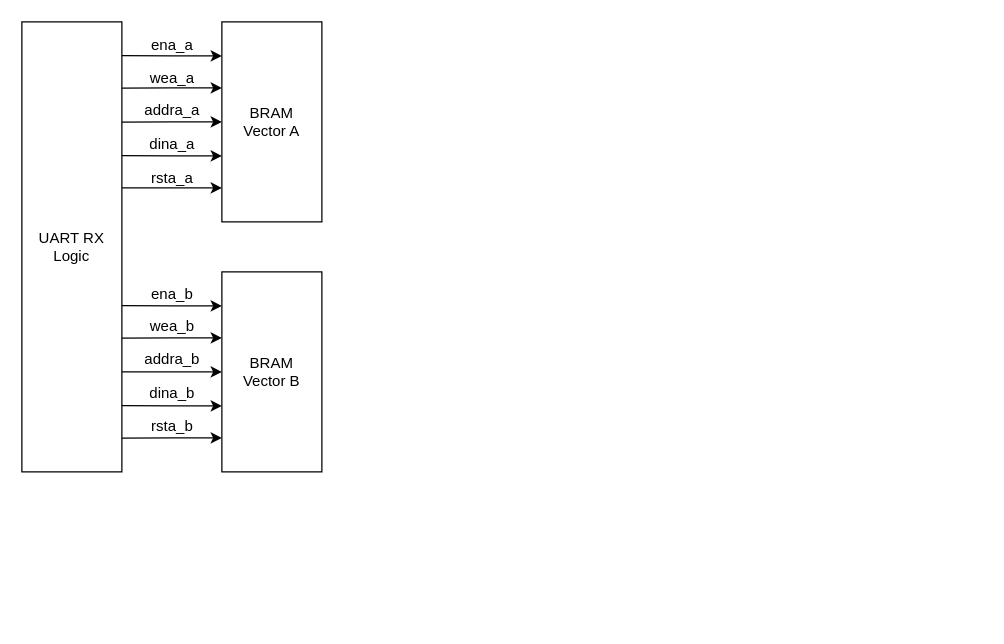
Earlier version of the draw.io diagram vector_coprocessor.drawio (Grimrist/vector_coprocessor). Source tidied: cells renumbered, new cells numbered last; positions are measured from the earlier drawing's top-left corner, leaving out a move shared by most shapes. Both pictures are drawn from the tidied source at 125%, with x=0, y=0 at pixel (21, 21).
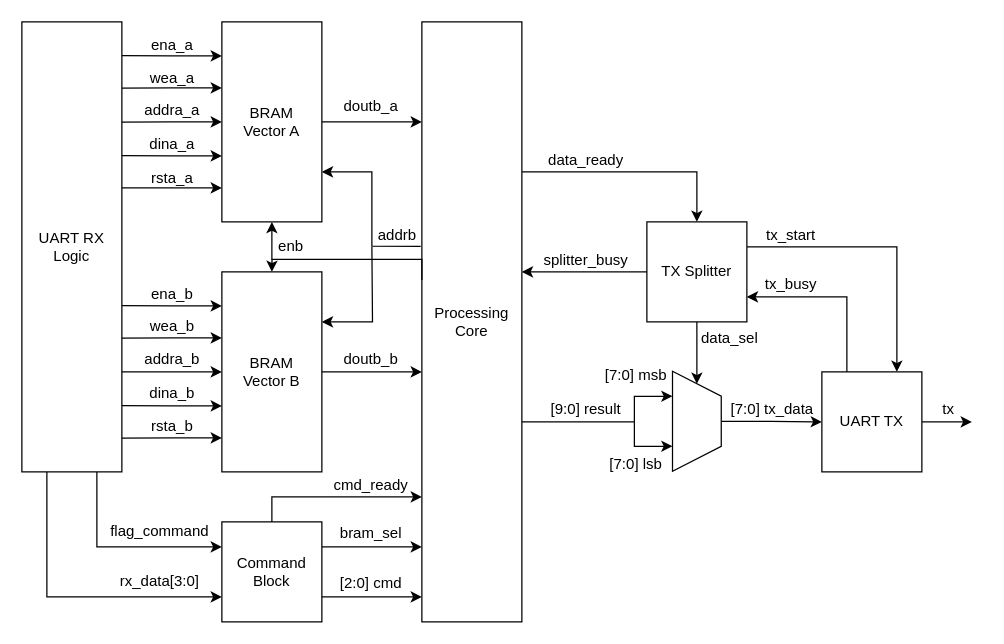
Above is the later version.

Commit message:
Update top module diagram

The change refers to these unchanged cells:
```xml
<mxCell id="2" value="BRAM&lt;div&gt;Vector A&lt;/div&gt;" style="rounded=0;whiteSpace=wrap;html=1;points=[[0,0,0,0,0],[0,0.17,0,0,0],[0,0.33,0,0,0],[0,0.5,0,0,0],[0,0.67,0,0,0],[0,0.83,0,0,0],[0,1,0,0,0],[0.25,0,0,0,0],[0.25,1,0,0,0],[0.5,0,0,0,0],[0.5,1,0,0,0],[0.75,0,0,0,0],[0.75,1,0,0,0],[1,0,0,0,0],[1,0.25,0,0,0],[1,0.5,0,0,0],[1,0.75,0,0,0],[1,1,0,0,0]];" parent="1" vertex="1">
  <mxGeometry x="160" width="80" height="160" as="geometry" />
</mxCell>
<mxCell id="3" value="UART RX Logic" style="rounded=0;whiteSpace=wrap;html=1;points=[[0,0,0,0,0],[0,0.25,0,0,0],[0,0.5,0,0,0],[0,0.75,0,0,0],[0,1,0,0,0],[0.25,0,0,0,0],[0.25,1,0,0,0],[0.5,0,0,0,0],[0.5,1,0,0,0],[0.75,0,0,0,0],[0.75,1,0,0,0],[1,0,0,0,0],[1,0.13,0,0,0],[1,0.25,0,0,0],[1,0.38,0,0,0],[1,0.5,0,0,0],[1,0.63,0,0,0],[1,0.75,0,0,0],[1,0.88,0,0,0],[1,1,0,0,0]];" parent="1" vertex="1">
  <mxGeometry width="80" height="360" as="geometry" />
</mxCell>
<mxCell id="14" value="BRAM&lt;div&gt;Vector B&lt;/div&gt;" style="rounded=0;whiteSpace=wrap;html=1;points=[[0,0,0,0,0],[0,0.17,0,0,0],[0,0.33,0,0,0],[0,0.5,0,0,0],[0,0.67,0,0,0],[0,0.83,0,0,0],[0,1,0,0,0],[0.25,0,0,0,0],[0.25,1,0,0,0],[0.5,0,0,0,0],[0.5,1,0,0,0],[0.75,0,0,0,0],[0.75,1,0,0,0],[1,0,0,0,0],[1,0.25,0,0,0],[1,0.5,0,0,0],[1,0.75,0,0,0],[1,1,0,0,0]];" parent="1" vertex="1">
  <mxGeometry x="160" y="200" width="80" height="160" as="geometry" />
</mxCell>
```

What changed in the source:
```diff
@@
+    <mxCell id="25" style="edgeStyle=orthogonalEdgeStyle;rounded=0;jettySize=auto;html=1;exitX=0.75;exitY=1;exitDx=0;exitDy=0;exitPerimeter=0;entryX=0;entryY=0.25;entryDx=0;entryDy=0;" parent="1" edge="1" source="3" target="29">
+      <mxGeometry relative="1" as="geometry" />
+    </mxCell>
+    <mxCell id="26" style="edgeStyle=orthogonalEdgeStyle;rounded=0;jettySize=auto;html=1;exitX=0.25;exitY=1;exitDx=0;exitDy=0;exitPerimeter=0;entryX=0;entryY=0.75;entryDx=0;entryDy=0;" parent="1" edge="1" source="3" target="29">
+      <mxGeometry relative="1" as="geometry" />
+    </mxCell>
@@
+    <mxCell id="27" style="edgeStyle=orthogonalEdgeStyle;rounded=0;jettySize=auto;html=1;exitX=1;exitY=0.25;exitDx=0;exitDy=0;exitPerimeter=0;endArrow=none;endFill=0;startArrow=classic;startFill=1;" parent="1" edge="1" source="14">
+      <mxGeometry relative="1" as="geometry">
+        <mxPoint x="280" y="180" as="targetPoint" />
+      </mxGeometry>
+    </mxCell>
+    <mxCell id="28" style="edgeStyle=orthogonalEdgeStyle;rounded=0;jettySize=auto;html=1;exitX=0.5;exitY=0;exitDx=0;exitDy=0;exitPerimeter=0;endArrow=none;endFill=0;startArrow=classic;startFill=1;" parent="1" edge="1" source="14">
+      <mxGeometry relative="1" as="geometry">
+        <mxPoint x="200.1" y="190" as="targetPoint" />
+      </mxGeometry>
+    </mxCell>
@@
+    <mxCell id="29" value="Command Block" style="rounded=0;whiteSpace=wrap;html=1;" parent="1" vertex="1">
+      <mxGeometry x="160" y="400" width="80" height="80" as="geometry" />
+    </mxCell>
+    <mxCell id="30" value="flag_command" style="text;html=1;align=center;verticalAlign=middle;strokeColor=none;fillColor=none;" parent="1" vertex="1">
+      <mxGeometry x="55" y="393" width="110" height="30" as="geometry" />
+    </mxCell>
+    <mxCell id="31" value="rx_data[3:0]" style="text;html=1;align=center;verticalAlign=middle;strokeColor=none;fillColor=none;" parent="1" vertex="1">
+      <mxGeometry x="65" y="433" width="90" height="30" as="geometry" />
+    </mxCell>
+    <mxCell id="32" style="edgeStyle=orthogonalEdgeStyle;rounded=0;jettySize=auto;html=1;exitX=1;exitY=0.25;exitDx=0;exitDy=0;exitPerimeter=0;entryX=0.5;entryY=0;entryDx=0;entryDy=0;" parent="1" edge="1" source="33" target="48">
+      <mxGeometry relative="1" as="geometry">
+        <Array as="points">
+          <mxPoint x="540" y="120" />
+        </Array>
+      </mxGeometry>
+    </mxCell>
+    <mxCell id="33" value="Processing Core" style="rounded=0;whiteSpace=wrap;html=1;points=[[0,0,0,0,0],[0,0.14,0,0,0],[0,0.29,0,0,0],[0,0.43,0,0,0],[0,0.57,0,0,0],[0,0.71,0,0,0],[0,0.86,0,0,0],[0,1,0,0,0],[0.25,0,0,0,0],[0.25,1,0,0,0],[0.5,0,0,0,0],[0.5,1,0,0,0],[0.75,0,0,0,0],[0.75,1,0,0,0],[1,0,0,0,0],[1,0.25,0,0,0],[1,0.5,0,0,0],[1,0.75,0,0,0],[1,1,0,0,0]];" parent="1" vertex="1">
+      <mxGeometry x="320" width="80" height="480" as="geometry" />
+    </mxCell>
+    <mxCell id="34" value="doutb_a" style="text;html=1;align=center;verticalAlign=middle;strokeColor=none;fillColor=none;" parent="1" vertex="1">
+      <mxGeometry x="244" y="53" width="70" height="30" as="geometry" />
+    </mxCell>
+    <mxCell id="35" value="doutb_b" style="text;html=1;align=center;verticalAlign=middle;strokeColor=none;fillColor=none;" parent="1" vertex="1">
+      <mxGeometry x="244" y="255" width="70" height="30" as="geometry" />
+    </mxCell>
+    <mxCell id="36" style="edgeStyle=orthogonalEdgeStyle;rounded=0;jettySize=auto;html=1;exitX=1;exitY=0.75;exitDx=0;exitDy=0;" parent="1" edge="1" source="29">
+      <mxGeometry relative="1" as="geometry">
+        <mxPoint x="320" y="460" as="targetPoint" />
+      </mxGeometry>
+    </mxCell>
+    <mxCell id="37" style="edgeStyle=orthogonalEdgeStyle;rounded=0;jettySize=auto;html=1;exitX=1;exitY=0.25;exitDx=0;exitDy=0;" parent="1" edge="1" source="29">
+      <mxGeometry relative="1" as="geometry">
+        <mxPoint x="320" y="420" as="targetPoint" />
+      </mxGeometry>
+    </mxCell>
+    <mxCell id="38" value="[2:0] cmd" style="text;html=1;align=center;verticalAlign=middle;strokeColor=none;fillColor=none;" parent="1" vertex="1">
+      <mxGeometry x="239" y="434" width="80" height="30" as="geometry" />
+    </mxCell>
+    <mxCell id="39" value="bram_sel" style="text;html=1;align=center;verticalAlign=middle;strokeColor=none;fillColor=none;" parent="1" vertex="1">
+      <mxGeometry x="244" y="394" width="70" height="30" as="geometry" />
+    </mxCell>
+    <mxCell id="40" style="edgeStyle=orthogonalEdgeStyle;rounded=0;jettySize=auto;html=1;" parent="1" edge="1" source="14">
+      <mxGeometry relative="1" as="geometry">
+        <mxPoint x="320" y="280" as="targetPoint" />
+      </mxGeometry>
+    </mxCell>
+    <mxCell id="41" style="edgeStyle=orthogonalEdgeStyle;rounded=0;jettySize=auto;html=1;" parent="1" edge="1" source="2">
+      <mxGeometry relative="1" as="geometry">
+        <mxPoint x="320" y="80" as="targetPoint" />
+      </mxGeometry>
+    </mxCell>
+    <mxCell id="42" style="edgeStyle=orthogonalEdgeStyle;rounded=0;jettySize=auto;html=1;exitX=1;exitY=0.75;exitDx=0;exitDy=0;exitPerimeter=0;entryX=-0.012;entryY=0.374;entryDx=0;entryDy=0;entryPerimeter=0;startArrow=classic;startFill=1;endArrow=none;endFill=0;" parent="1" edge="1" source="2" target="33">
+      <mxGeometry relative="1" as="geometry" />
+    </mxCell>
+    <mxCell id="43" value="addrb" style="text;html=1;align=center;verticalAlign=middle;strokeColor=none;fillColor=none;" parent="1" vertex="1">
+      <mxGeometry x="270" y="156" width="60" height="30" as="geometry" />
+    </mxCell>
+    <mxCell id="44" style="edgeStyle=orthogonalEdgeStyle;rounded=0;jettySize=auto;html=1;exitX=0;exitY=0.43;exitDx=0;exitDy=0;exitPerimeter=0;entryX=0.5;entryY=1;entryDx=0;entryDy=0;entryPerimeter=0;" parent="1" edge="1" source="33" target="2">
+      <mxGeometry relative="1" as="geometry">
+        <Array as="points">
+          <mxPoint x="320" y="190" />
+          <mxPoint x="200" y="190" />
+        </Array>
+      </mxGeometry>
+    </mxCell>
+    <mxCell id="45" value="enb" style="text;html=1;align=center;verticalAlign=middle;strokeColor=none;fillColor=none;" parent="1" vertex="1">
+      <mxGeometry x="190" y="165" width="50" height="30" as="geometry" />
+    </mxCell>
+    <mxCell id="46" style="edgeStyle=orthogonalEdgeStyle;rounded=0;jettySize=auto;html=1;entryX=0;entryY=0.5;entryDx=0;entryDy=0;" parent="1" edge="1" source="48" target="55">
+      <mxGeometry relative="1" as="geometry" />
+    </mxCell>
+    <mxCell id="47" style="edgeStyle=orthogonalEdgeStyle;rounded=0;jettySize=auto;html=1;entryX=0.75;entryY=0;entryDx=0;entryDy=0;exitX=1;exitY=0.25;exitDx=0;exitDy=0;" parent="1" edge="1" source="48" target="51">
+      <mxGeometry relative="1" as="geometry" />
+    </mxCell>
+    <mxCell id="48" value="TX Splitter" style="rounded=0;whiteSpace=wrap;html=1;" parent="1" vertex="1">
+      <mxGeometry x="500" y="160" width="80" height="80" as="geometry" />
+    </mxCell>
+    <mxCell id="49" style="edgeStyle=orthogonalEdgeStyle;rounded=0;jettySize=auto;html=1;" parent="1" edge="1" source="51">
+      <mxGeometry relative="1" as="geometry">
+        <mxPoint x="760" y="320" as="targetPoint" />
+      </mxGeometry>
+    </mxCell>
+    <mxCell id="50" style="edgeStyle=orthogonalEdgeStyle;rounded=0;jettySize=auto;html=1;exitX=0.25;exitY=0;exitDx=0;exitDy=0;entryX=1;entryY=0.75;entryDx=0;entryDy=0;" parent="1" edge="1" source="51" target="48">
+      <mxGeometry relative="1" as="geometry" />
+    </mxCell>
+    <mxCell id="51" value="UART TX" style="rounded=0;whiteSpace=wrap;html=1;" parent="1" vertex="1">
+      <mxGeometry x="640" y="280" width="80" height="80" as="geometry" />
+    </mxCell>
+    <mxCell id="52" style="edgeStyle=orthogonalEdgeStyle;rounded=0;jettySize=auto;html=1;entryX=0;entryY=0.5;entryDx=0;entryDy=0;" parent="1" edge="1" source="55" target="51">
+      <mxGeometry relative="1" as="geometry" />
+    </mxCell>
+    <mxCell id="53" style="edgeStyle=orthogonalEdgeStyle;rounded=0;jettySize=auto;html=1;exitX=0.25;exitY=1;exitDx=0;exitDy=0;endArrow=none;endFill=0;startArrow=classic;startFill=1;" parent="1" edge="1" source="55">
+      <mxGeometry relative="1" as="geometry">
+        <mxPoint x="490" y="320" as="targetPoint" />
+      </mxGeometry>
+    </mxCell>
+    <mxCell id="54" style="edgeStyle=orthogonalEdgeStyle;rounded=0;jettySize=auto;html=1;exitX=0.75;exitY=1;exitDx=0;exitDy=0;endArrow=none;endFill=0;startArrow=classic;startFill=1;" parent="1" edge="1" source="55">
+      <mxGeometry relative="1" as="geometry">
+        <mxPoint x="490" y="320" as="targetPoint" />
+      </mxGeometry>
+    </mxCell>
+    <mxCell id="55" style="shape=trapezoid;perimeter=trapezoidPerimeter;whiteSpace=wrap;html=1;fixedSize=1;rotation=90;" parent="1" vertex="1">
+      <mxGeometry x="500" y="300" width="80" height="39" as="geometry" />
+    </mxCell>
+    <mxCell id="56" style="edgeStyle=orthogonalEdgeStyle;rounded=0;orthogonalLoop=1;jettySize=auto;html=1;endArrow=none;endFill=0;startArrow=none;startFill=0;" parent="1" edge="1">
+      <mxGeometry relative="1" as="geometry">
+        <mxPoint x="490" y="320" as="sourcePoint" />
+        <mxPoint x="400" y="320" as="targetPoint" />
+      </mxGeometry>
+    </mxCell>
+    <mxCell id="57" value="[9:0] result" style="text;html=1;align=center;verticalAlign=middle;strokeColor=none;fillColor=none;" parent="1" vertex="1">
+      <mxGeometry x="411" y="295" width="80" height="30" as="geometry" />
+    </mxCell>
+    <mxCell id="58" value="[7:0] msb" style="text;html=1;align=center;verticalAlign=middle;strokeColor=none;fillColor=none;" parent="1" vertex="1">
+      <mxGeometry x="451" y="268" width="80" height="30" as="geometry" />
+    </mxCell>
+    <mxCell id="59" value="[7:0] lsb" style="text;html=1;align=center;verticalAlign=middle;strokeColor=none;fillColor=none;" parent="1" vertex="1">
+      <mxGeometry x="456" y="339" width="70" height="30" as="geometry" />
+    </mxCell>
+    <mxCell id="60" value="data_sel" style="text;html=1;align=center;verticalAlign=middle;strokeColor=none;fillColor=none;" parent="1" vertex="1">
+      <mxGeometry x="531" y="238" width="70" height="30" as="geometry" />
+    </mxCell>
+    <mxCell id="61" style="edgeStyle=orthogonalEdgeStyle;rounded=0;jettySize=auto;html=1;exitX=0;exitY=0.5;exitDx=0;exitDy=0;" parent="1" edge="1" source="48">
+      <mxGeometry relative="1" as="geometry">
+        <mxPoint x="400" y="200" as="targetPoint" />
+      </mxGeometry>
+    </mxCell>
+    <mxCell id="62" value="splitter_busy" style="text;html=1;align=center;verticalAlign=middle;strokeColor=none;fillColor=none;" parent="1" vertex="1">
+      <mxGeometry x="401" y="176" width="100" height="30" as="geometry" />
+    </mxCell>
+    <mxCell id="63" value="data_ready" style="text;html=1;align=center;verticalAlign=middle;strokeColor=none;fillColor=none;" parent="1" vertex="1">
+      <mxGeometry x="406" y="96" width="90" height="30" as="geometry" />
+    </mxCell>
+    <mxCell id="64" style="edgeStyle=orthogonalEdgeStyle;rounded=0;jettySize=auto;html=1;exitX=0.5;exitY=0;exitDx=0;exitDy=0;" parent="1" edge="1" source="29">
+      <mxGeometry relative="1" as="geometry">
+        <mxPoint x="320" y="380" as="targetPoint" />
+        <Array as="points">
+          <mxPoint x="200" y="380" />
+        </Array>
+      </mxGeometry>
+    </mxCell>
+    <mxCell id="65" value="cmd_ready" style="text;html=1;align=center;verticalAlign=middle;strokeColor=none;fillColor=none;" parent="1" vertex="1">
+      <mxGeometry x="239" y="356" width="80" height="30" as="geometry" />
+    </mxCell>
+    <mxCell id="66" value="[7:0] tx_data" style="text;html=1;align=center;verticalAlign=middle;strokeColor=none;fillColor=none;" parent="1" vertex="1">
+      <mxGeometry x="555" y="295" width="90" height="30" as="geometry" />
+    </mxCell>
+    <mxCell id="67" value="tx_start" style="text;html=1;align=center;verticalAlign=middle;strokeColor=none;fillColor=none;" parent="1" vertex="1">
+      <mxGeometry x="580" y="156" width="70" height="30" as="geometry" />
+    </mxCell>
+    <mxCell id="68" value="tx" style="text;html=1;align=center;verticalAlign=middle;strokeColor=none;fillColor=none;" parent="1" vertex="1">
+      <mxGeometry x="726" y="295" width="30" height="30" as="geometry" />
+    </mxCell>
+    <mxCell id="69" value="tx_busy" style="text;html=1;align=center;verticalAlign=middle;strokeColor=none;fillColor=none;" parent="1" vertex="1">
+      <mxGeometry x="580" y="195" width="70" height="30" as="geometry" />
+    </mxCell>
```
